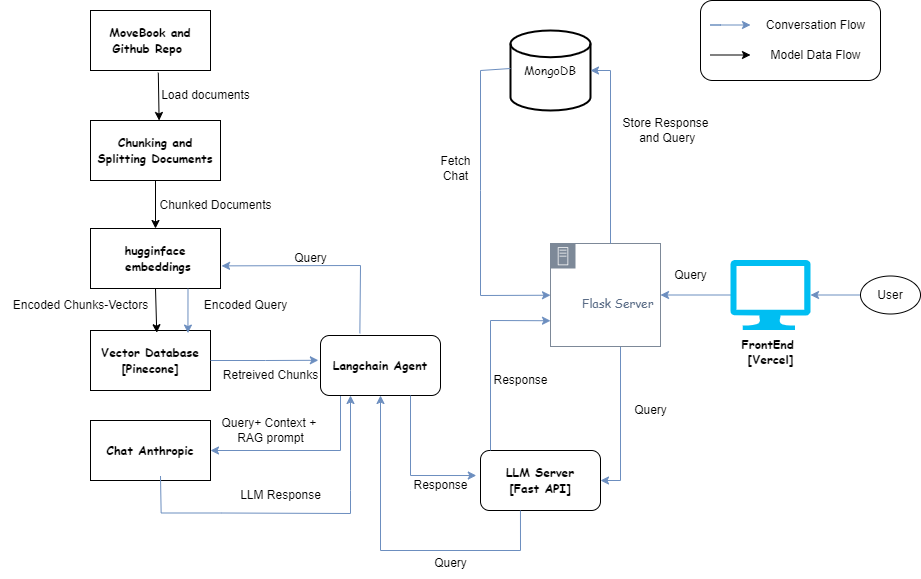
This is static/architecture.png from prakhar728/SUI_GPT, a draw.io export, as it was before one commit. Source tidied: cells renumbered, new cells last; positions are measured from the earlier drawing's top-left corner, leaving out a move shared by most shapes. Source of this version:
```xml
<mxGraphModel>
  <root>
    <mxCell id="0" />
    <mxCell id="1" parent="0" />
    <mxCell id="2" value="&lt;b&gt;&lt;font face=&quot;Comic Sans MS&quot;&gt;MoveBook and Github Repo&amp;nbsp;&lt;/font&gt;&lt;/b&gt;" style="rounded=0;whiteSpace=wrap;html=1;" parent="1" vertex="1">
      <mxGeometry x="90" y="10" width="120" height="60" as="geometry" />
    </mxCell>
    <mxCell id="3" value="&lt;font face=&quot;Comic Sans MS&quot;&gt;&lt;b&gt;hugginface&lt;/b&gt;&lt;/font&gt;&lt;div&gt;&lt;font face=&quot;Comic Sans MS&quot;&gt;&lt;b&gt;&amp;nbsp;embeddings&lt;/b&gt;&lt;/font&gt;&lt;/div&gt;" style="rounded=0;whiteSpace=wrap;html=1;" parent="1" vertex="1">
      <mxGeometry x="90" y="228" width="130" height="60" as="geometry" />
    </mxCell>
    <mxCell id="4" value="Load documents" style="text;html=1;align=center;verticalAlign=middle;strokeColor=none;fillColor=none;" parent="1" vertex="1">
      <mxGeometry x="150" y="80" width="110" height="30" as="geometry" />
    </mxCell>
    <mxCell id="5" style="curved=1;endArrow=classic;html=1;rounded=0;exitX=0.565;exitY=1.037;exitDx=0;exitDy=0;exitPerimeter=0;" parent="1" edge="1" source="2">
      <mxGeometry relative="1" as="geometry">
        <mxPoint x="158.6" y="120" as="targetPoint" />
      </mxGeometry>
    </mxCell>
    <mxCell id="6" value="&lt;font face=&quot;Comic Sans MS&quot;&gt;&lt;b style=&quot;&quot;&gt;Chunking and Splitting Documents&lt;/b&gt;&lt;/font&gt;" style="rounded=0;whiteSpace=wrap;html=1;" parent="1" vertex="1">
      <mxGeometry x="90" y="120" width="130" height="60" as="geometry" />
    </mxCell>
    <mxCell id="7" style="endArrow=classic;html=1;rounded=0;exitX=0.5;exitY=1;exitDx=0;exitDy=0;entryX=0.5;entryY=0;entryDx=0;entryDy=0;" parent="1" edge="1" source="6" target="3">
      <mxGeometry relative="1" as="geometry" />
    </mxCell>
    <mxCell id="8" value="Chunked Documents" style="text;html=1;align=center;verticalAlign=middle;strokeColor=none;fillColor=none;" parent="1" vertex="1">
      <mxGeometry x="145" y="190" width="140" height="30" as="geometry" />
    </mxCell>
    <mxCell id="9" value="&lt;b style=&quot;&quot;&gt;&lt;font face=&quot;Comic Sans MS&quot;&gt;Vector Database&lt;/font&gt;&lt;/b&gt;&lt;div&gt;&lt;b style=&quot;&quot;&gt;&lt;font face=&quot;Comic Sans MS&quot;&gt;[Pinecone]&lt;/font&gt;&lt;/b&gt;&lt;/div&gt;" style="rounded=0;whiteSpace=wrap;html=1;" parent="1" vertex="1">
      <mxGeometry x="90" y="330" width="120" height="60" as="geometry" />
    </mxCell>
    <mxCell id="10" style="endArrow=classic;html=1;rounded=0;exitX=0.5;exitY=1;exitDx=0;exitDy=0;entryX=0.552;entryY=0.037;entryDx=0;entryDy=0;entryPerimeter=0;" parent="1" edge="1" source="3" target="9">
      <mxGeometry relative="1" as="geometry" />
    </mxCell>
    <mxCell id="11" value="Encoded Chunks-Vectors" style="text;html=1;align=center;verticalAlign=middle;strokeColor=none;fillColor=none;" parent="1" vertex="1">
      <mxGeometry y="290" width="160" height="30" as="geometry" />
    </mxCell>
    <mxCell id="12" value="Retreived Chunks" style="text;html=1;align=center;verticalAlign=middle;strokeColor=none;fillColor=none;" parent="1" vertex="1">
      <mxGeometry x="210" y="360" width="120" height="30" as="geometry" />
    </mxCell>
    <mxCell id="13" style="endArrow=classic;html=1;rounded=0;entryX=1.008;entryY=0.623;entryDx=0;entryDy=0;entryPerimeter=0;fillColor=#dae8fc;strokeColor=#6c8ebf;exitX=0.328;exitY=-0.037;exitDx=0;exitDy=0;exitPerimeter=0;" parent="1" edge="1" source="18" target="3">
      <mxGeometry relative="1" as="geometry">
        <Array as="points">
          <mxPoint x="360" y="265" />
        </Array>
      </mxGeometry>
    </mxCell>
    <mxCell id="14" value="Query" style="text;html=1;align=center;verticalAlign=middle;strokeColor=none;fillColor=none;" parent="1" vertex="1">
      <mxGeometry x="280" y="243" width="60" height="30" as="geometry" />
    </mxCell>
    <mxCell id="15" style="endArrow=classic;html=1;rounded=0;exitX=0.75;exitY=1;exitDx=0;exitDy=0;entryX=0.812;entryY=0.043;entryDx=0;entryDy=0;entryPerimeter=0;fillColor=#dae8fc;strokeColor=#6c8ebf;" parent="1" edge="1" source="3" target="9">
      <mxGeometry relative="1" as="geometry" />
    </mxCell>
    <mxCell id="16" value="Encoded Query" style="text;html=1;align=center;verticalAlign=middle;strokeColor=none;fillColor=none;" parent="1" vertex="1">
      <mxGeometry x="190" y="290" width="110" height="30" as="geometry" />
    </mxCell>
    <mxCell id="17" style="edgeStyle=orthogonalEdgeStyle;rounded=0;jettySize=auto;html=1;entryX=1;entryY=0.5;entryDx=0;entryDy=0;fillColor=#dae8fc;strokeColor=#6c8ebf;" parent="1" edge="1" target="19">
      <mxGeometry relative="1" as="geometry">
        <mxPoint x="340" y="390" as="sourcePoint" />
        <Array as="points">
          <mxPoint x="340" y="450" />
        </Array>
      </mxGeometry>
    </mxCell>
    <mxCell id="18" value="&lt;font face=&quot;Comic Sans MS&quot;&gt;&lt;b&gt;Langchain Agent&lt;/b&gt;&lt;/font&gt;" style="rounded=1;whiteSpace=wrap;html=1;" parent="1" vertex="1">
      <mxGeometry x="320" y="335" width="120" height="60" as="geometry" />
    </mxCell>
    <mxCell id="19" value="&lt;font face=&quot;Comic Sans MS&quot;&gt;&lt;b&gt;Chat Anthropic&lt;/b&gt;&lt;/font&gt;" style="rounded=0;whiteSpace=wrap;html=1;" parent="1" vertex="1">
      <mxGeometry x="90" y="420" width="120" height="60" as="geometry" />
    </mxCell>
    <mxCell id="20" value="Query+ Context +&amp;nbsp;&lt;div&gt;RAG prompt&lt;/div&gt;" style="text;html=1;align=center;verticalAlign=middle;rotation=0;" parent="1" vertex="1">
      <mxGeometry x="210" y="410" width="120" height="40" as="geometry" />
    </mxCell>
    <mxCell id="21" value="LLM Response" style="text;html=1;align=center;verticalAlign=middle;strokeColor=none;fillColor=none;" parent="1" vertex="1">
      <mxGeometry x="230" y="480" width="100" height="30" as="geometry" />
    </mxCell>
    <mxCell id="22" style="edgeStyle=orthogonalEdgeStyle;rounded=0;jettySize=auto;html=1;entryX=-0.018;entryY=0.413;entryDx=0;entryDy=0;entryPerimeter=0;fillColor=#dae8fc;strokeColor=#6c8ebf;" parent="1" edge="1" source="9" target="18">
      <mxGeometry relative="1" as="geometry" />
    </mxCell>
    <mxCell id="23" style="endArrow=classic;html=1;rounded=0;exitX=0.578;exitY=1.05;exitDx=0;exitDy=0;exitPerimeter=0;entryX=0.25;entryY=1;entryDx=0;entryDy=0;fillColor=#dae8fc;strokeColor=#6c8ebf;" parent="1" edge="1" target="18">
      <mxGeometry relative="1" as="geometry">
        <mxPoint x="160" y="475.5" as="sourcePoint" />
        <Array as="points">
          <mxPoint x="160.6" y="512.5" />
          <mxPoint x="220.6" y="512.5" />
          <mxPoint x="350" y="513" />
          <mxPoint x="350" y="490" />
        </Array>
      </mxGeometry>
    </mxCell>
    <mxCell id="24" value="&lt;font face=&quot;Comic Sans MS&quot;&gt;&lt;b&gt;LLM Server&lt;/b&gt;&lt;/font&gt;&lt;div&gt;&lt;b style=&quot;&quot;&gt;&lt;font face=&quot;Comic Sans MS&quot;&gt;[Fast API]&lt;/font&gt;&lt;/b&gt;&lt;/div&gt;" style="whiteSpace=wrap;html=1;rounded=1;" parent="1" vertex="1">
      <mxGeometry x="480" y="450" width="120" height="60" as="geometry" />
    </mxCell>
    <mxCell id="25" style="edgeStyle=orthogonalEdgeStyle;rounded=0;jettySize=auto;html=1;fillColor=#dae8fc;strokeColor=#6c8ebf;" parent="1" edge="1" source="26" target="28">
      <mxGeometry relative="1" as="geometry">
        <Array as="points">
          <mxPoint x="810" y="295" />
          <mxPoint x="810" y="295" />
        </Array>
      </mxGeometry>
    </mxCell>
    <mxCell id="26" value="User" style="ellipse;whiteSpace=wrap;html=1;" parent="1" vertex="1">
      <mxGeometry x="860" y="275.5" width="60" height="38" as="geometry" />
    </mxCell>
    <mxCell id="27" style="edgeStyle=orthogonalEdgeStyle;rounded=0;jettySize=auto;html=1;entryX=1;entryY=0.5;entryDx=0;entryDy=0;fillColor=#dae8fc;strokeColor=#6c8ebf;" parent="1" edge="1" source="28" target="30">
      <mxGeometry relative="1" as="geometry" />
    </mxCell>
    <mxCell id="28" value="&lt;font face=&quot;Comic Sans MS&quot;&gt;&lt;b&gt;FrontEnd&amp;nbsp;&lt;/b&gt;&lt;/font&gt;&lt;div&gt;&lt;font face=&quot;Comic Sans MS&quot;&gt;&lt;b&gt;[Vercel]&lt;/b&gt;&lt;/font&gt;&lt;/div&gt;" style="verticalLabelPosition=bottom;html=1;verticalAlign=top;align=center;strokeColor=none;fillColor=#00BEF2;shape=mxgraph.azure.computer;" parent="1" vertex="1">
      <mxGeometry x="730" y="259.5" width="80" height="70" as="geometry" />
    </mxCell>
    <mxCell id="29" style="edgeStyle=orthogonalEdgeStyle;rounded=0;jettySize=auto;html=1;entryX=1;entryY=0.5;entryDx=0;entryDy=0;fillColor=#dae8fc;strokeColor=#6c8ebf;" parent="1" edge="1" source="30" target="24">
      <mxGeometry relative="1" as="geometry">
        <Array as="points">
          <mxPoint x="620" y="480" />
        </Array>
      </mxGeometry>
    </mxCell>
    <mxCell id="30" value="&lt;div&gt;&lt;font face=&quot;Comic Sans MS&quot;&gt;&lt;br&gt;&lt;/font&gt;&lt;/div&gt;&lt;div&gt;&lt;font face=&quot;Comic Sans MS&quot;&gt;&lt;br&gt;&lt;/font&gt;&lt;/div&gt;&lt;div&gt;&lt;font face=&quot;Comic Sans MS&quot;&gt;&lt;br&gt;&lt;/font&gt;&lt;/div&gt;&lt;div&gt;&lt;span style=&quot;background-color: initial;&quot;&gt;&lt;font face=&quot;Comic Sans MS&quot;&gt;Flask Server&lt;/font&gt;&lt;/span&gt;&lt;br&gt;&lt;/div&gt;" style="points=[[0,0],[0.25,0],[0.5,0],[0.75,0],[1,0],[1,0.25],[1,0.5],[1,0.75],[1,1],[0.75,1],[0.5,1],[0.25,1],[0,1],[0,0.75],[0,0.5],[0,0.25]];outlineConnect=0;gradientColor=none;html=1;whiteSpace=wrap;fontSize=12;fontStyle=0;shape=mxgraph.aws4.group;grIcon=mxgraph.aws4.group_on_premise;strokeColor=#7D8998;fillColor=none;verticalAlign=top;align=left;spacingLeft=30;fontColor=#5A6C86;dashed=0;" parent="1" vertex="1">
      <mxGeometry x="550" y="243" width="110" height="103" as="geometry" />
    </mxCell>
    <mxCell id="31" value="&lt;font face=&quot;Comic Sans MS&quot;&gt;MongoDB&lt;/font&gt;" style="strokeWidth=2;html=1;shape=mxgraph.flowchart.database;whiteSpace=wrap;" parent="1" vertex="1">
      <mxGeometry x="510" y="30" width="80" height="80" as="geometry" />
    </mxCell>
    <mxCell id="32" style="endArrow=classic;html=1;rounded=0;entryX=0;entryY=0.75;entryDx=0;entryDy=0;fillColor=#dae8fc;strokeColor=#6c8ebf;" parent="1" edge="1" target="30">
      <mxGeometry relative="1" as="geometry">
        <mxPoint x="490" y="450" as="sourcePoint" />
        <Array as="points">
          <mxPoint x="490" y="320" />
        </Array>
      </mxGeometry>
    </mxCell>
    <mxCell id="33" style="endArrow=classic;html=1;rounded=0;exitX=0.75;exitY=1;exitDx=0;exitDy=0;entryX=-0.035;entryY=0.417;entryDx=0;entryDy=0;entryPerimeter=0;fillColor=#dae8fc;strokeColor=#6c8ebf;" parent="1" edge="1" source="18" target="24">
      <mxGeometry relative="1" as="geometry">
        <Array as="points">
          <mxPoint x="410" y="475" />
        </Array>
      </mxGeometry>
    </mxCell>
    <mxCell id="34" style="endArrow=classic;html=1;rounded=0;fillColor=#dae8fc;strokeColor=#6c8ebf;" parent="1" edge="1" target="30">
      <mxGeometry relative="1" as="geometry">
        <mxPoint x="510" y="68" as="sourcePoint" />
        <Array as="points">
          <mxPoint x="510" y="68" />
          <mxPoint x="480" y="70" />
          <mxPoint x="480" y="190" />
          <mxPoint x="480" y="295" />
        </Array>
      </mxGeometry>
    </mxCell>
    <mxCell id="35" value="Response" style="text;html=1;align=center;verticalAlign=middle;strokeColor=none;fillColor=none;" parent="1" vertex="1">
      <mxGeometry x="400" y="470" width="80" height="30" as="geometry" />
    </mxCell>
    <mxCell id="36" style="edgeStyle=orthogonalEdgeStyle;rounded=0;jettySize=auto;html=1;entryX=1;entryY=0.5;entryDx=0;entryDy=0;entryPerimeter=0;fillColor=#dae8fc;strokeColor=#6c8ebf;" parent="1" edge="1" source="30" target="31">
      <mxGeometry relative="1" as="geometry">
        <Array as="points">
          <mxPoint x="610" y="70" />
        </Array>
      </mxGeometry>
    </mxCell>
    <mxCell id="37" value="Store Response&lt;div&gt;&amp;nbsp;and Query&lt;/div&gt;" style="text;html=1;align=center;verticalAlign=middle;strokeColor=none;fillColor=none;" parent="1" vertex="1">
      <mxGeometry x="610" y="110" width="110" height="40" as="geometry" />
    </mxCell>
    <mxCell id="38" value="Query" style="text;html=1;align=center;verticalAlign=middle;strokeColor=none;fillColor=none;" parent="1" vertex="1">
      <mxGeometry x="620" y="395" width="60" height="30" as="geometry" />
    </mxCell>
    <mxCell id="39" value="Response" style="text;html=1;align=center;verticalAlign=middle;strokeColor=none;fillColor=none;" parent="1" vertex="1">
      <mxGeometry x="480" y="365" width="80" height="30" as="geometry" />
    </mxCell>
    <mxCell id="40" value="Fetch&lt;div&gt;Chat&lt;/div&gt;" style="text;html=1;align=center;verticalAlign=middle;strokeColor=none;fillColor=none;" parent="1" vertex="1">
      <mxGeometry x="430" y="148" width="50" height="40" as="geometry" />
    </mxCell>
    <mxCell id="41" value="Query" style="text;html=1;align=center;verticalAlign=middle;strokeColor=none;fillColor=none;" parent="1" vertex="1">
      <mxGeometry x="660" y="259.5" width="60" height="30" as="geometry" />
    </mxCell>
    <mxCell id="42" style="endArrow=classic;html=1;rounded=0;entryX=0.5;entryY=1;entryDx=0;entryDy=0;exitX=0.333;exitY=1;exitDx=0;exitDy=0;exitPerimeter=0;fillColor=#dae8fc;strokeColor=#6c8ebf;" parent="1" edge="1" source="24" target="18">
      <mxGeometry relative="1" as="geometry">
        <Array as="points">
          <mxPoint x="520" y="550" />
          <mxPoint x="380" y="550" />
        </Array>
      </mxGeometry>
    </mxCell>
    <mxCell id="43" style="rounded=1;whiteSpace=wrap;html=1;glass=0;shadow=0;" parent="1" vertex="1">
      <mxGeometry x="700" width="180" height="80" as="geometry" />
    </mxCell>
    <mxCell id="44" value="Query" style="text;html=1;align=center;verticalAlign=middle;strokeColor=none;fillColor=none;" parent="1" vertex="1">
      <mxGeometry x="420" y="548" width="60" height="30" as="geometry" />
    </mxCell>
    <mxCell id="45" style="endArrow=classic;html=1;rounded=0;fillColor=#dae8fc;strokeColor=#6c8ebf;" parent="1" edge="1">
      <mxGeometry relative="1" as="geometry">
        <mxPoint x="720" y="24.5" as="sourcePoint" />
        <mxPoint x="750" y="24.5" as="targetPoint" />
        <Array as="points">
          <mxPoint x="710" y="24.5" />
          <mxPoint x="720" y="24.5" />
        </Array>
      </mxGeometry>
    </mxCell>
    <mxCell id="46" value="Conversation Flow" style="text;html=1;align=center;verticalAlign=middle;strokeColor=none;fillColor=none;" parent="1" vertex="1">
      <mxGeometry x="755" y="10" width="120" height="30" as="geometry" />
    </mxCell>
    <mxCell id="47" style="endArrow=classic;html=1;rounded=0;" parent="1" edge="1">
      <mxGeometry relative="1" as="geometry">
        <mxPoint x="710" y="54.5" as="sourcePoint" />
        <mxPoint x="750" y="54.5" as="targetPoint" />
      </mxGeometry>
    </mxCell>
    <mxCell id="48" value="Model Data Flow" style="text;html=1;align=center;verticalAlign=middle;strokeColor=none;fillColor=none;" parent="1" vertex="1">
      <mxGeometry x="760" y="40" width="110" height="30" as="geometry" />
    </mxCell>
  </root>
</mxGraphModel>
```
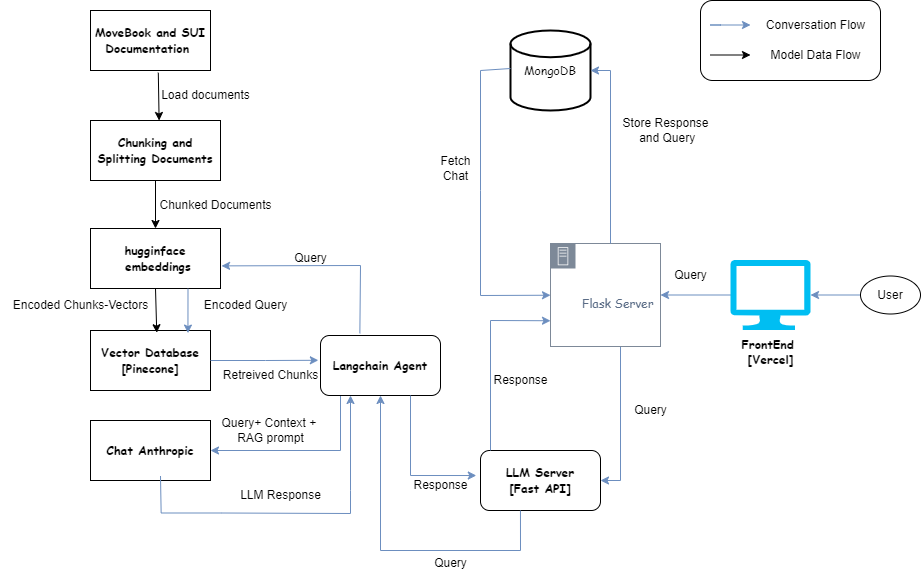
The same diagram one commit later.

The edit, as a diff of the source:
```diff
@@ -2,7 +2,7 @@
   <root>
     <mxCell id="0" />
     <mxCell id="1" parent="0" />
-    <mxCell id="2" value="&lt;b&gt;&lt;font face=&quot;Comic Sans MS&quot;&gt;MoveBook and Github Repo&amp;nbsp;&lt;/font&gt;&lt;/b&gt;" style="rounded=0;whiteSpace=wrap;html=1;" parent="1" vertex="1">
+    <mxCell id="2" value="&lt;b&gt;&lt;font face=&quot;Comic Sans MS&quot;&gt;MoveBook and SUI Documentation&amp;nbsp;&lt;/font&gt;&lt;/b&gt;" style="rounded=0;whiteSpace=wrap;html=1;" parent="1" vertex="1">
       <mxGeometry x="90" y="10" width="120" height="60" as="geometry" />
     </mxCell>
     <mxCell id="3" value="&lt;font face=&quot;Comic Sans MS&quot;&gt;&lt;b&gt;hugginface&lt;/b&gt;&lt;/font&gt;&lt;div&gt;&lt;font face=&quot;Comic Sans MS&quot;&gt;&lt;b&gt;&amp;nbsp;embeddings&lt;/b&gt;&lt;/font&gt;&lt;/div&gt;" style="rounded=0;whiteSpace=wrap;html=1;" parent="1" vertex="1">
```
